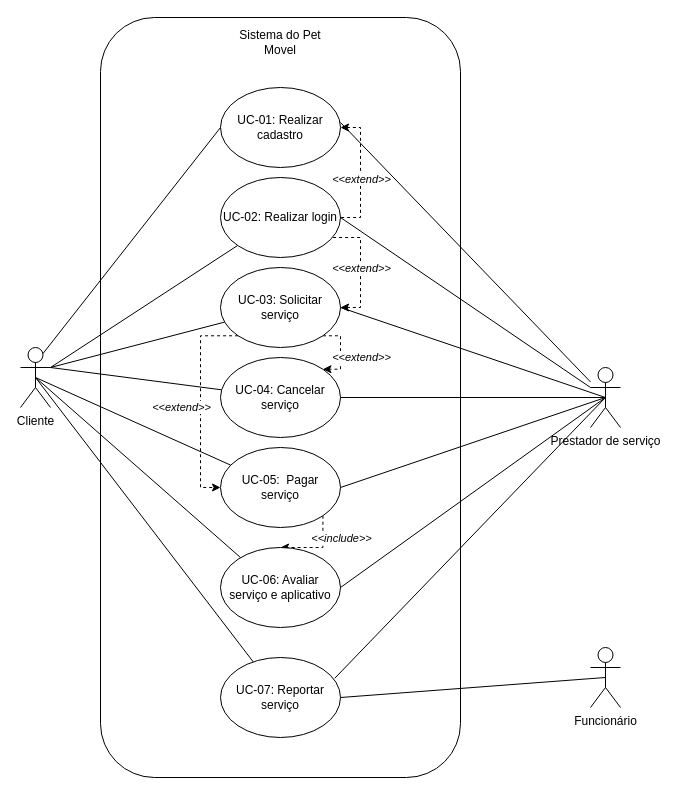
This is Diagrama sem nome.drawio from wholocked1/projeto_eng_software_041, a draw.io file, before an edit. Source tidied: cells renumbered, new cells numbered last; positions are measured from the earlier drawing's top-left corner, leaving out a move shared by most shapes. Both pictures are drawn from the tidied source at 100%, with x=0, y=0 at pixel (20, 17).
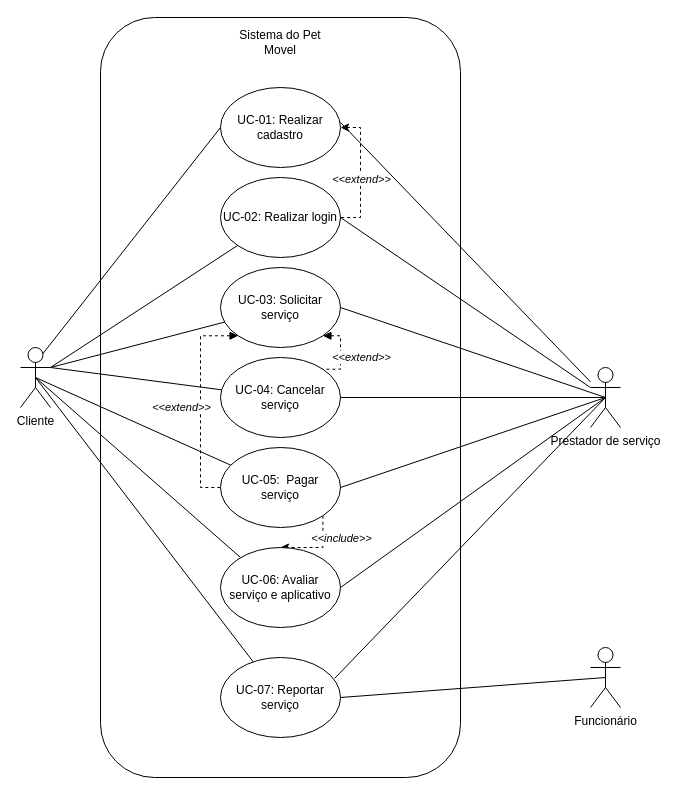
Above is the later version.

Unchanged cells that the change refers to:
```xml
<mxCell id="11" value="UC-02: Realizar login" style="ellipse;whiteSpace=wrap;html=1;" parent="1" vertex="1">
  <mxGeometry x="200" y="160" width="120" height="80" as="geometry" />
</mxCell>
<mxCell id="19" value="UC-03: Solicitar serviço" style="ellipse;whiteSpace=wrap;html=1;" parent="1" vertex="1">
  <mxGeometry x="200" y="250" width="120" height="80" as="geometry" />
</mxCell>
<mxCell id="21" value="UC-04: Cancelar serviço" style="ellipse;whiteSpace=wrap;html=1;" parent="1" vertex="1">
  <mxGeometry x="200" y="340" width="120" height="80" as="geometry" />
</mxCell>
<mxCell id="25" value="UC-05:&amp;nbsp; Pagar serviço" style="ellipse;whiteSpace=wrap;html=1;" parent="1" vertex="1">
  <mxGeometry x="200" y="430" width="120" height="80" as="geometry" />
</mxCell>
```

What changed in the source:
```diff
@@
-    <mxCell id="13" style="edgeStyle=orthogonalEdgeStyle;rounded=0;jettySize=auto;html=1;exitX=1;exitY=0.5;exitDx=0;exitDy=0;dashed=1;endArrow=none;endFill=0;startArrow=classic;startFill=1;" parent="1" edge="1" source="19" target="11">
-      <mxGeometry relative="1" as="geometry">
-        <Array as="points">
-          <mxPoint x="340" y="290" />
-          <mxPoint x="340" y="220" />
-        </Array>
-      </mxGeometry>
-    </mxCell>
-    <mxCell id="14" value="&lt;i&gt;&amp;lt;&amp;lt;extend&amp;gt;&amp;gt;&lt;/i&gt;" style="edgeLabel;html=1;align=center;verticalAlign=middle;" parent="13" vertex="1">
-      <mxGeometry x="0.2" relative="1" as="geometry">
-        <mxPoint y="11" as="offset" />
-      </mxGeometry>
-    </mxCell>
-    <mxCell id="15" style="edgeStyle=orthogonalEdgeStyle;rounded=0;jettySize=auto;html=1;exitX=1;exitY=1;exitDx=0;exitDy=0;entryX=1;entryY=0;entryDx=0;entryDy=0;dashed=1;" parent="1" edge="1" source="19" target="21">
+    <mxCell id="15" style="edgeStyle=orthogonalEdgeStyle;rounded=0;jettySize=auto;html=1;exitX=1;exitY=1;exitDx=0;exitDy=0;entryX=1;entryY=0;entryDx=0;entryDy=0;dashed=1;endArrow=none;endFill=0;startArrow=block;startFill=1;" parent="1" edge="1" source="19" target="21">
       <mxGeometry relative="1" as="geometry">
         <Array as="points">
           <mxPoint x="320" y="318" />
           <mxPoint x="320" y="352" />
         </Array>
       </mxGeometry>
     </mxCell>
@@
-    <mxCell id="17" style="edgeStyle=orthogonalEdgeStyle;rounded=0;jettySize=auto;html=1;exitX=0;exitY=1;exitDx=0;exitDy=0;entryX=0;entryY=0.5;entryDx=0;entryDy=0;dashed=1;" parent="1" edge="1" source="19" target="25">
+    <mxCell id="17" style="edgeStyle=orthogonalEdgeStyle;rounded=0;jettySize=auto;html=1;exitX=0;exitY=1;exitDx=0;exitDy=0;entryX=0;entryY=0.5;entryDx=0;entryDy=0;dashed=1;endArrow=none;endFill=0;startArrow=block;startFill=1;" parent="1" edge="1" source="19" target="25">
       <mxGeometry relative="1" as="geometry">
         <Array as="points">
           <mxPoint x="180" y="318" />
           <mxPoint x="180" y="470" />
         </Array>
       </mxGeometry>
     </mxCell>
```
